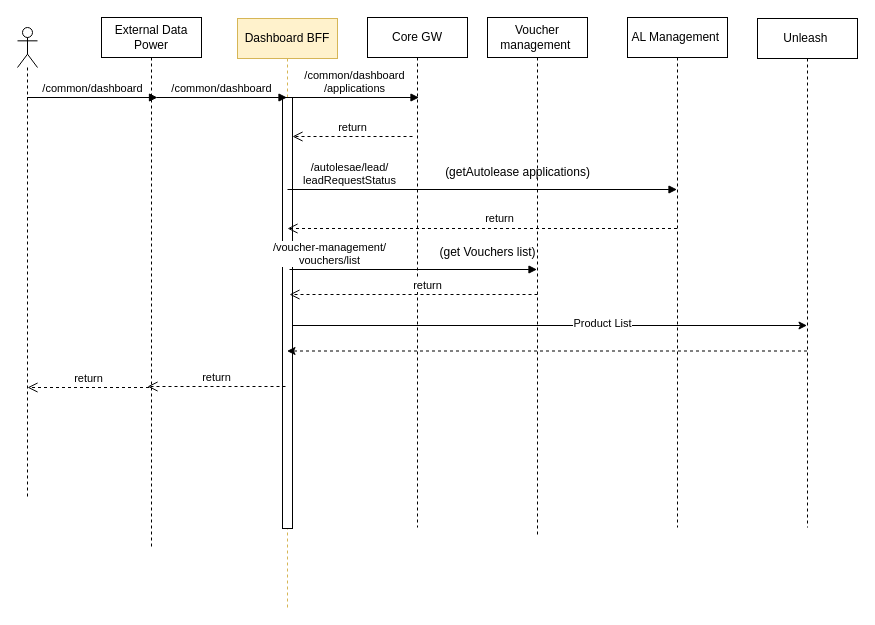
Earlier version of the draw.io diagram page "Page-1" (1 of 2) of Dashboard.drawio (MHosnii/Migration). Source tidied: cells renumbered, new cells numbered last; positions are measured from the earlier drawing's top-left corner, leaving out a move shared by most shapes. Both pictures are drawn from the tidied source at 100%, with x=0, y=0 at pixel (17, 17).
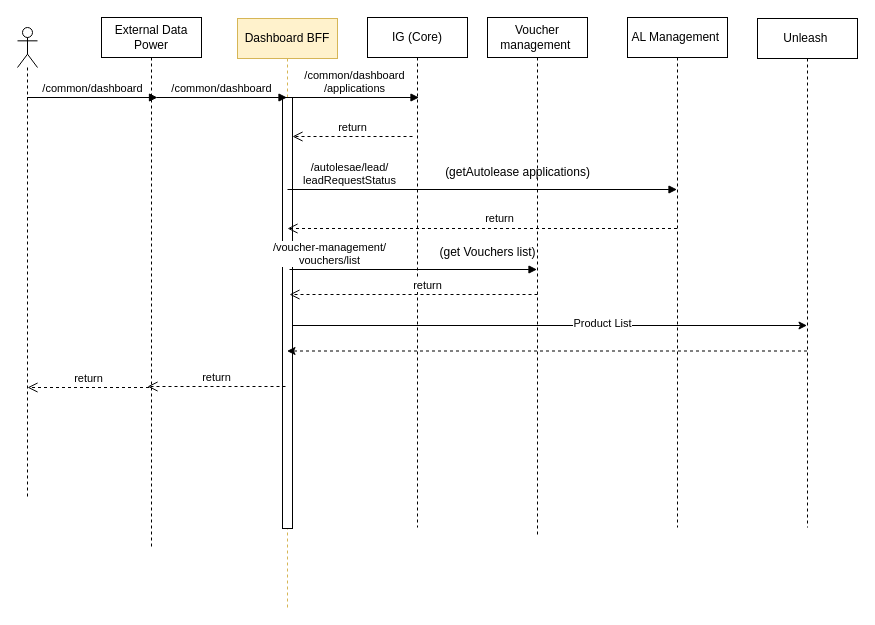
The same page after the edit.

Change to the diagram source:
```diff
@@
-    <mxCell id="10" value="Core GW" style="shape=umlLifeline;perimeter=lifelinePerimeter;whiteSpace=wrap;html=1;newEdgeStyle={&quot;curved&quot;:0,&quot;rounded&quot;:0};" parent="1" vertex="1">
+    <mxCell id="10" value="IG (Core)" style="shape=umlLifeline;perimeter=lifelinePerimeter;whiteSpace=wrap;html=1;newEdgeStyle={&quot;curved&quot;:0,&quot;rounded&quot;:0};" parent="1" vertex="1">
       <mxGeometry x="350" width="100" height="510" as="geometry" />
     </mxCell>
```
